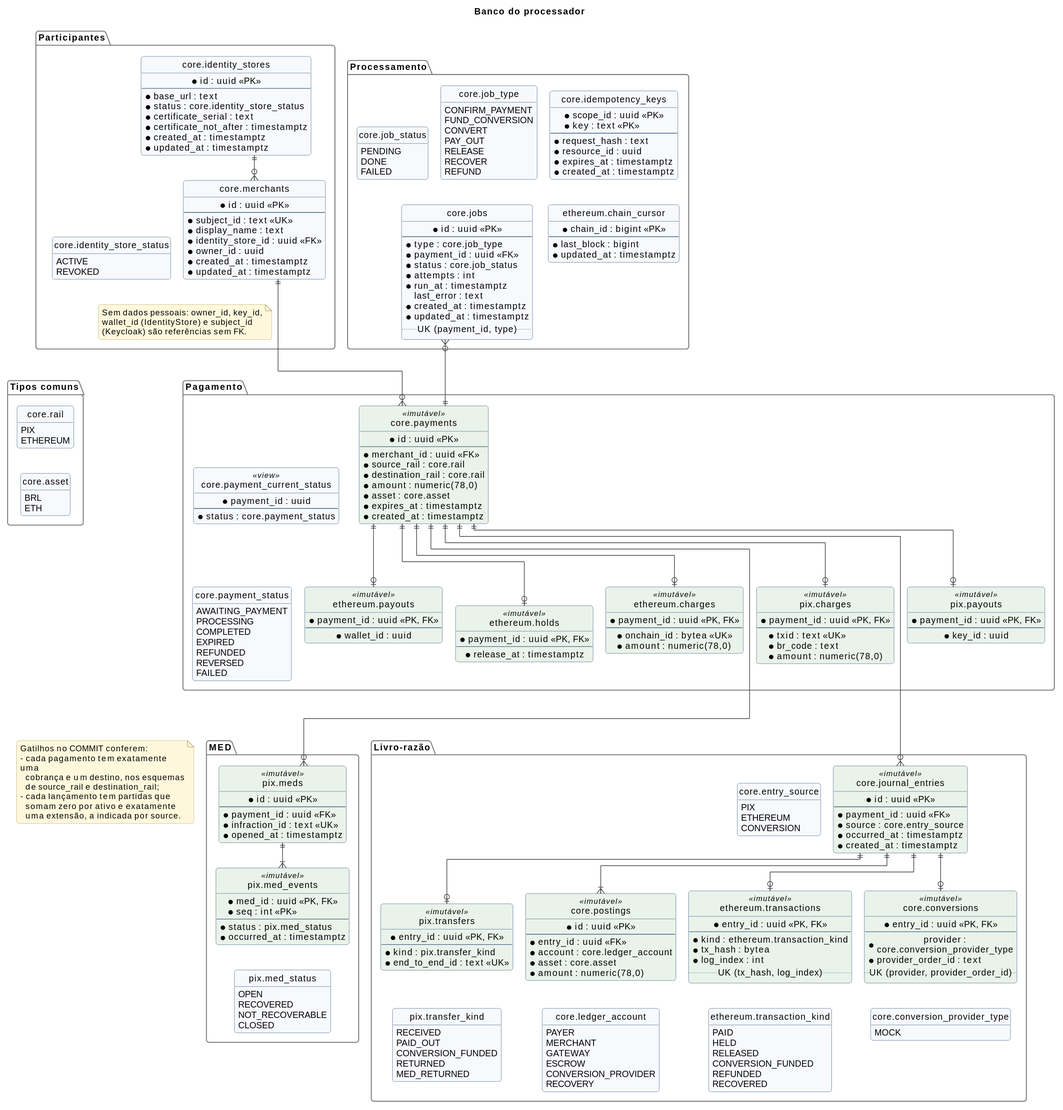
This is docs/diagrams/svg/banco-de-dados/er-processador.svg from BrunoViotto18/Pixeth, a PlantUML export, as it was before one commit.
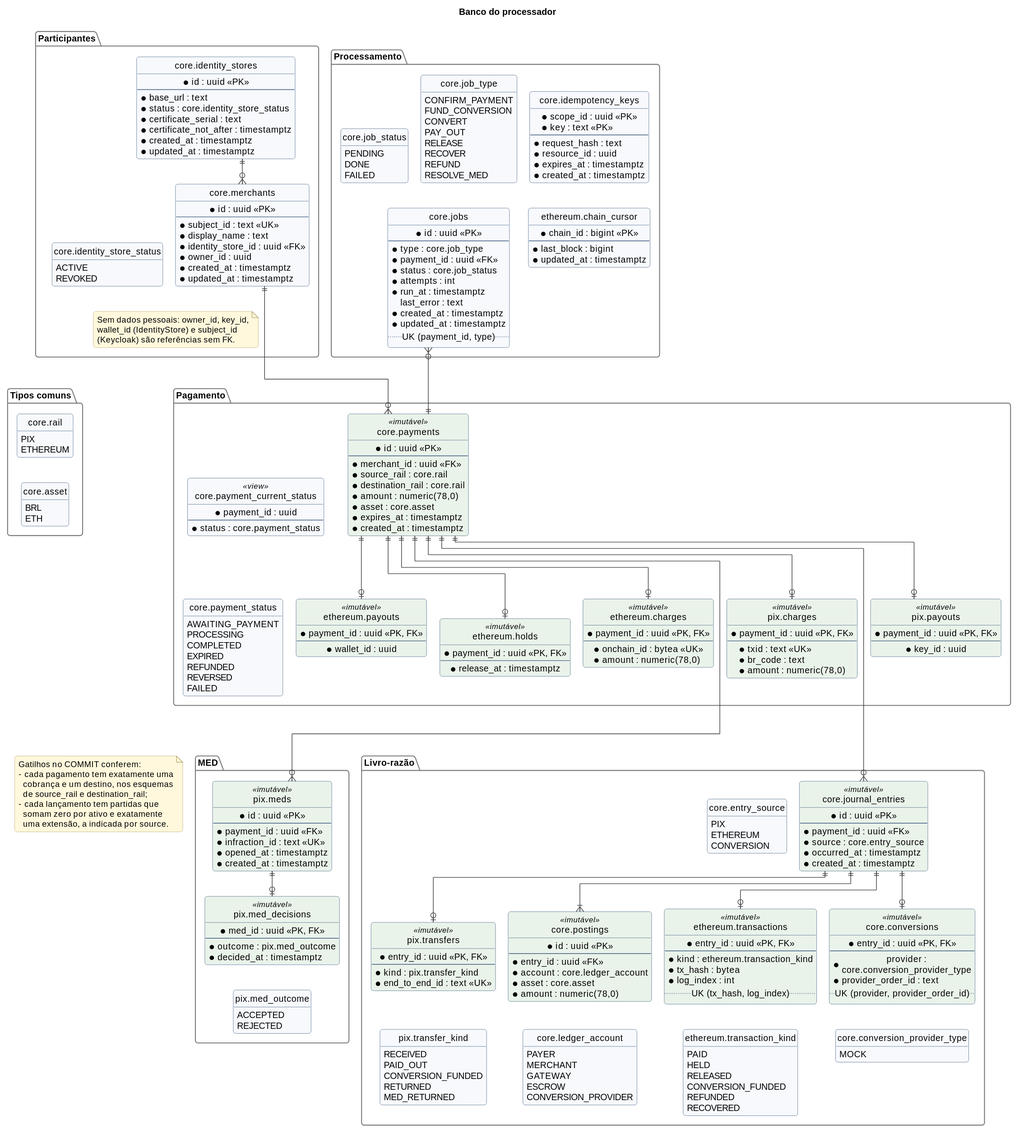
After the commit.

The edit, as a diff of the source:
```diff
@@ -86,6 +86,7 @@
     RELEASE
     RECOVER
     REFUND
+    RESOLVE_MED
   }
 
   enum "core.job_status" as e_jstatus {
@@ -102,21 +103,19 @@
     * payment_id : uuid <<FK>>
     * infraction_id : text <<UK>>
     * opened_at : timestamptz
+    * created_at : timestamptz
   }
 
-  entity "pix.med_events" as pix_med_events <<imutável>> #EAF3EA {
+  entity "pix.med_decisions" as pix_med_decisions <<imutável>> #EAF3EA {
     * med_id : uuid <<PK, FK>>
-    * seq : int <<PK>>
     --
-    * status : pix.med_status
-    * occurred_at : timestamptz
+    * outcome : pix.med_outcome
+    * decided_at : timestamptz
   }
 
-  enum "pix.med_status" as e_med {
-    OPEN
-    RECOVERED
-    NOT_RECOVERABLE
-    CLOSED
+  enum "pix.med_outcome" as e_med {
+    ACCEPTED
+    REJECTED
   }
 }
 
@@ -224,7 +223,6 @@
     GATEWAY
     ESCROW
     CONVERSION_PROVIDER
-    RECOVERY
   }
 
 
@@ -300,7 +298,7 @@
 entries ||-down-o| eth_transactions
 entries ||-down-o| pix_transfers
 entries ||-down-o| conversions
-pix_meds ||-down-|{ pix_med_events
+pix_meds ||-down-o| pix_med_decisions
 
 merchants -[hidden]down- n_part
 e_isstatus -[hidden]down- n_part
@@ -311,7 +309,7 @@
 conversions -[hidden]down- e_cprov
 pix_transfers -[hidden]down- e_pix_transfer
 eth_transactions -[hidden]down- e_eth_tx
-pix_med_events -[hidden]down- e_med
+pix_med_decisions -[hidden]down- e_med
 e_rail -[hidden]right- e_asset
 idem -[hidden]down- chain_cursor
 identity_stores -[hidden]down- e_rail
```
